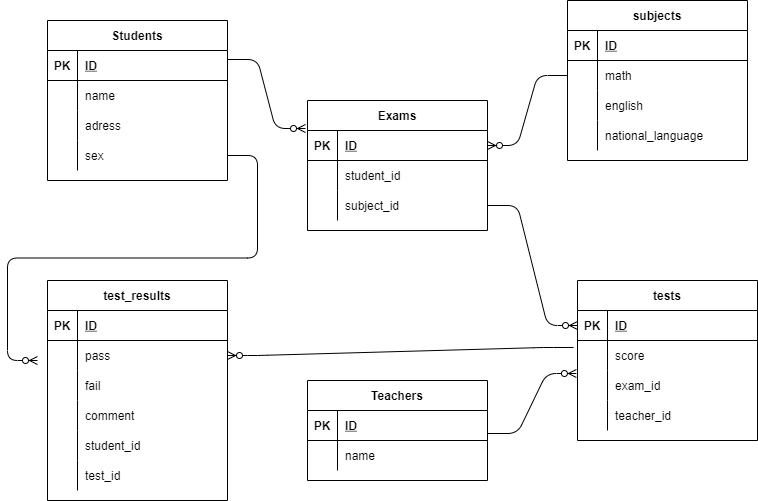
yakushido/COACHTECH_Database keeps this draw.io diagram as 20220301yakushido.drawio.png. Above is the earlier version. Source tidied: cells renumbered, new cells last; positions are measured from the earlier drawing's top-left corner, leaving out a move shared by most shapes.
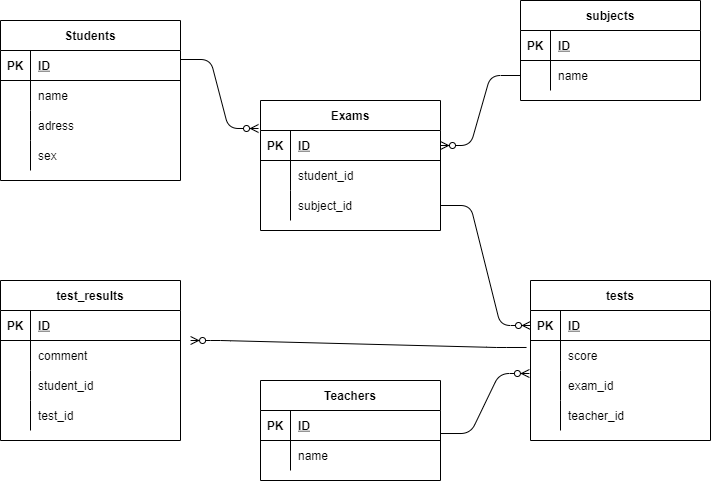
Later version of the same file.

What changed in the source:
```diff
@@ -141,7 +141,7 @@
       <mxGeometry relative="1" as="geometry" />
     </mxCell>
     <mxCell id="48" value="subjects" style="shape=table;startSize=30;rowLines=0;fontStyle=1;align=center;" parent="1" vertex="1">
-      <mxGeometry x="530" width="180" height="160" as="geometry" />
+      <mxGeometry x="530" width="180" height="100" as="geometry" />
     </mxCell>
     <mxCell id="49" style="shape=partialRectangle;fillColor=none;top=0;left=0;bottom=1;right=0;" parent="48" vertex="1">
       <mxGeometry y="30" width="180" height="30" as="geometry" />
@@ -158,32 +158,14 @@
     <mxCell id="53" style="shape=partialRectangle;fillColor=none;top=0;left=0;bottom=0;right=0;overflow=hidden;" parent="52" vertex="1">
       <mxGeometry width="30" height="30" as="geometry" />
     </mxCell>
-    <mxCell id="54" value="math" style="shape=partialRectangle;fillColor=none;top=0;left=0;bottom=0;right=0;align=left;spacingLeft=6;overflow=hidden;" parent="52" vertex="1">
+    <mxCell id="54" value="name" style="shape=partialRectangle;fillColor=none;top=0;left=0;bottom=0;right=0;align=left;spacingLeft=6;overflow=hidden;" parent="52" vertex="1">
       <mxGeometry x="30" width="150" height="30" as="geometry" />
     </mxCell>
-    <mxCell id="55" style="shape=partialRectangle;fillColor=none;top=0;left=0;bottom=0;right=0;" parent="48" vertex="1">
-      <mxGeometry y="90" width="180" height="30" as="geometry" />
-    </mxCell>
-    <mxCell id="56" style="shape=partialRectangle;fillColor=none;top=0;left=0;bottom=0;right=0;overflow=hidden;" parent="55" vertex="1">
-      <mxGeometry width="30" height="30" as="geometry" />
-    </mxCell>
-    <mxCell id="57" value="english" style="shape=partialRectangle;fillColor=none;top=0;left=0;bottom=0;right=0;align=left;spacingLeft=6;overflow=hidden;" parent="55" vertex="1">
-      <mxGeometry x="30" width="150" height="30" as="geometry" />
-    </mxCell>
-    <mxCell id="58" style="shape=partialRectangle;fillColor=none;top=0;left=0;bottom=0;right=0;" parent="48" vertex="1">
-      <mxGeometry y="120" width="180" height="30" as="geometry" />
-    </mxCell>
-    <mxCell id="59" style="shape=partialRectangle;fillColor=none;top=0;left=0;bottom=0;right=0;overflow=hidden;" parent="58" vertex="1">
-      <mxGeometry width="30" height="30" as="geometry" />
-    </mxCell>
-    <mxCell id="60" value="national_language" style="shape=partialRectangle;fillColor=none;top=0;left=0;bottom=0;right=0;align=left;spacingLeft=6;overflow=hidden;" parent="58" vertex="1">
-      <mxGeometry x="30" width="150" height="30" as="geometry" />
-    </mxCell>
     <mxCell id="61" style="edgeStyle=entityRelationEdgeStyle;fontSize=12;html=1;endArrow=ERzeroToMany;endFill=1;exitX=0;exitY=0.5;exitDx=0;exitDy=0;entryX=1;entryY=0.5;entryDx=0;entryDy=0;" parent="1" edge="1" source="52" target="36">
       <mxGeometry relative="1" as="geometry" />
     </mxCell>
     <mxCell id="62" value="test_results" style="shape=table;startSize=30;rowLines=0;fontStyle=1;align=center;" parent="1" vertex="1">
-      <mxGeometry x="10" y="280" width="180" height="220" as="geometry" />
+      <mxGeometry x="10" y="280" width="180" height="160" as="geometry" />
     </mxCell>
     <mxCell id="63" style="shape=partialRectangle;fillColor=none;top=0;left=0;bottom=1;right=0;" parent="62" vertex="1">
       <mxGeometry y="30" width="180" height="30" as="geometry" />
@@ -194,26 +176,8 @@
     <mxCell id="65" value="ID" style="shape=partialRectangle;fillColor=none;top=0;left=0;bottom=0;right=0;align=left;spacingLeft=6;fontStyle=5;overflow=hidden;" parent="63" vertex="1">
       <mxGeometry x="30" width="150" height="30" as="geometry" />
     </mxCell>
-    <mxCell id="66" style="shape=partialRectangle;fillColor=none;top=0;left=0;bottom=0;right=0;points=[[0,0.5],[1,0.5]];portConstraint=eastwest;" parent="62" vertex="1">
-      <mxGeometry y="60" width="180" height="30" as="geometry" />
-    </mxCell>
-    <mxCell id="67" style="shape=partialRectangle;fillColor=none;top=0;left=0;bottom=0;right=0;overflow=hidden;" parent="66" vertex="1">
-      <mxGeometry width="30" height="30" as="geometry" />
-    </mxCell>
-    <mxCell id="68" value="pass" style="shape=partialRectangle;fillColor=none;top=0;left=0;bottom=0;right=0;align=left;spacingLeft=6;overflow=hidden;" parent="66" vertex="1">
-      <mxGeometry x="30" width="150" height="30" as="geometry" />
-    </mxCell>
-    <mxCell id="69" style="shape=partialRectangle;fillColor=none;top=0;left=0;bottom=0;right=0;" parent="62" vertex="1">
-      <mxGeometry y="90" width="180" height="30" as="geometry" />
-    </mxCell>
-    <mxCell id="70" style="shape=partialRectangle;fillColor=none;top=0;left=0;bottom=0;right=0;overflow=hidden;" parent="69" vertex="1">
-      <mxGeometry width="30" height="30" as="geometry" />
-    </mxCell>
-    <mxCell id="71" value="fail" style="shape=partialRectangle;fillColor=none;top=0;left=0;bottom=0;right=0;align=left;spacingLeft=6;overflow=hidden;" parent="69" vertex="1">
-      <mxGeometry x="30" width="150" height="30" as="geometry" />
-    </mxCell>
     <mxCell id="72" style="shape=partialRectangle;fillColor=none;top=0;left=0;bottom=0;right=0;points=[[0,0.5],[1,0.5]];portConstraint=eastwest;" parent="62" vertex="1">
-      <mxGeometry y="120" width="180" height="30" as="geometry" />
+      <mxGeometry y="60" width="180" height="30" as="geometry" />
     </mxCell>
     <mxCell id="73" style="shape=partialRectangle;fillColor=none;top=0;left=0;bottom=0;right=0;overflow=hidden;" parent="72" vertex="1">
       <mxGeometry width="30" height="30" as="geometry" />
@@ -222,7 +186,7 @@
       <mxGeometry x="30" width="150" height="30" as="geometry" />
     </mxCell>
     <mxCell id="75" style="shape=partialRectangle;fillColor=none;top=0;left=0;bottom=0;right=0;" parent="62" vertex="1">
-      <mxGeometry y="150" width="180" height="30" as="geometry" />
+      <mxGeometry y="90" width="180" height="30" as="geometry" />
     </mxCell>
     <mxCell id="76" style="shape=partialRectangle;fillColor=none;top=0;left=0;bottom=0;right=0;overflow=hidden;" parent="75" vertex="1">
       <mxGeometry width="30" height="30" as="geometry" />
@@ -231,7 +195,7 @@
       <mxGeometry x="30" width="150" height="30" as="geometry" />
     </mxCell>
     <mxCell id="78" style="shape=partialRectangle;fillColor=none;top=0;left=0;bottom=0;right=0;" parent="62" vertex="1">
-      <mxGeometry y="180" width="180" height="30" as="geometry" />
+      <mxGeometry y="120" width="180" height="30" as="geometry" />
     </mxCell>
     <mxCell id="79" style="shape=partialRectangle;fillColor=none;top=0;left=0;bottom=0;right=0;overflow=hidden;" parent="78" vertex="1">
       <mxGeometry width="30" height="30" as="geometry" />
@@ -239,12 +203,7 @@
     <mxCell id="80" value="test_id" style="shape=partialRectangle;fillColor=none;top=0;left=0;bottom=0;right=0;align=left;spacingLeft=6;overflow=hidden;" parent="78" vertex="1">
       <mxGeometry x="30" width="150" height="30" as="geometry" />
     </mxCell>
-    <mxCell id="81" style="edgeStyle=entityRelationEdgeStyle;fontSize=12;html=1;endArrow=ERzeroToMany;endFill=1;" parent="1" edge="1" source="12">
-      <mxGeometry relative="1" as="geometry">
-        <mxPoint y="360" as="targetPoint" />
-      </mxGeometry>
-    </mxCell>
-    <mxCell id="82" style="edgeStyle=entityRelationEdgeStyle;fontSize=12;html=1;endArrow=ERzeroToMany;endFill=1;entryX=1;entryY=0.5;entryDx=0;entryDy=0;exitX=-0.022;exitY=0.233;exitDx=0;exitDy=0;exitPerimeter=0;" parent="1" edge="1" source="26" target="66">
+    <mxCell id="82" style="edgeStyle=entityRelationEdgeStyle;fontSize=12;html=1;endArrow=ERzeroToMany;endFill=1;entryX=1.056;entryY=0;entryDx=0;entryDy=0;exitX=-0.022;exitY=0.233;exitDx=0;exitDy=0;exitPerimeter=0;entryPerimeter=0;" parent="1" edge="1" source="26" target="72">
       <mxGeometry relative="1" as="geometry" />
     </mxCell>
   </root>
```
